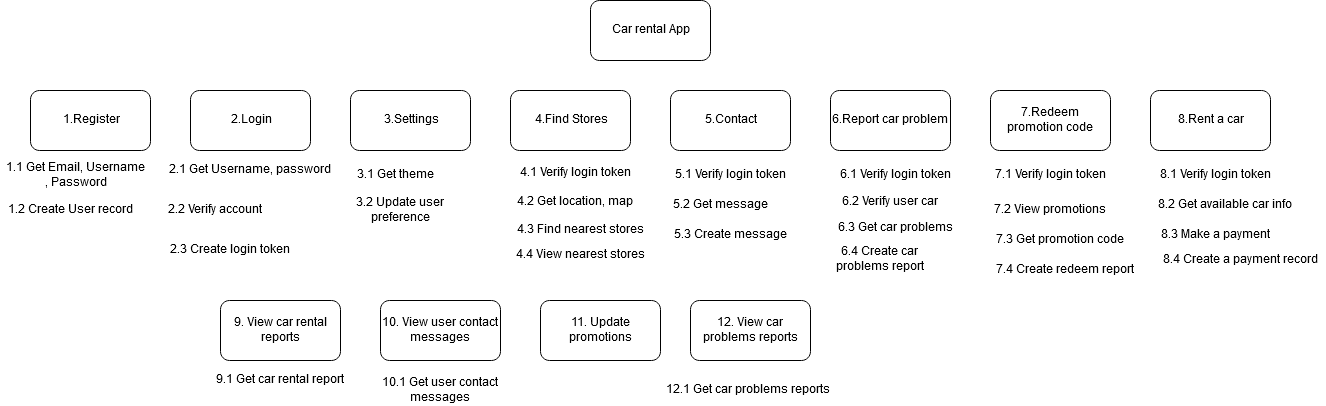
The draw.io diagram functionaldecomposition.png in ICT-Mahidol/2019-ITCS371-2-ORgates, before a commit. Source tidied: cells renumbered, new cells last; positions are measured from the earlier drawing's top-left corner, leaving out a move shared by most shapes.
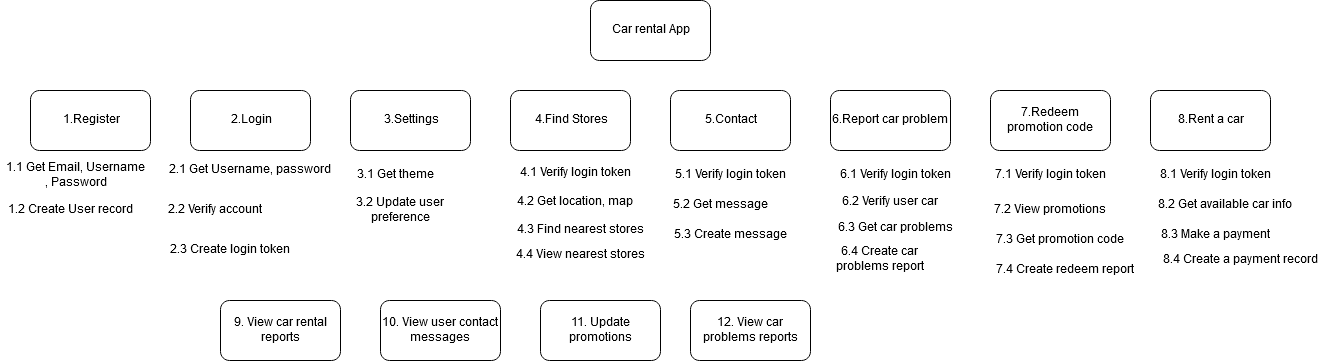
After the commit.

Diff of the diagram source:
```diff
@@ -116,17 +116,8 @@
     <mxCell id="39" value="11. Update promotions" style="rounded=1;whiteSpace=wrap;html=1;" parent="1" vertex="1">
       <mxGeometry x="540" y="300" width="120" height="60" as="geometry" />
     </mxCell>
-    <mxCell id="40" value="9.1 Get car rental report" style="text;html=1;align=center;verticalAlign=middle;" parent="1" vertex="1">
-      <mxGeometry x="210" y="370" width="140" height="20" as="geometry" />
-    </mxCell>
-    <mxCell id="41" value="&lt;div&gt;10.1 Get user contact&lt;/div&gt;&lt;div&gt;messages&lt;br&gt;&lt;/div&gt;" style="text;html=1;align=center;verticalAlign=middle;" parent="1" vertex="1">
-      <mxGeometry x="375" y="375" width="130" height="30" as="geometry" />
-    </mxCell>
     <mxCell id="42" value="12. View car problems reports" style="rounded=1;whiteSpace=wrap;html=1;" parent="1" vertex="1">
       <mxGeometry x="690" y="300" width="120" height="60" as="geometry" />
     </mxCell>
-    <mxCell id="43" value="12.1 Get car problems reports" style="text;html=1;align=center;verticalAlign=middle;" parent="1" vertex="1">
-      <mxGeometry x="658" y="380" width="180" height="20" as="geometry" />
-    </mxCell>
   </root>
 </mxGraphModel>
```
